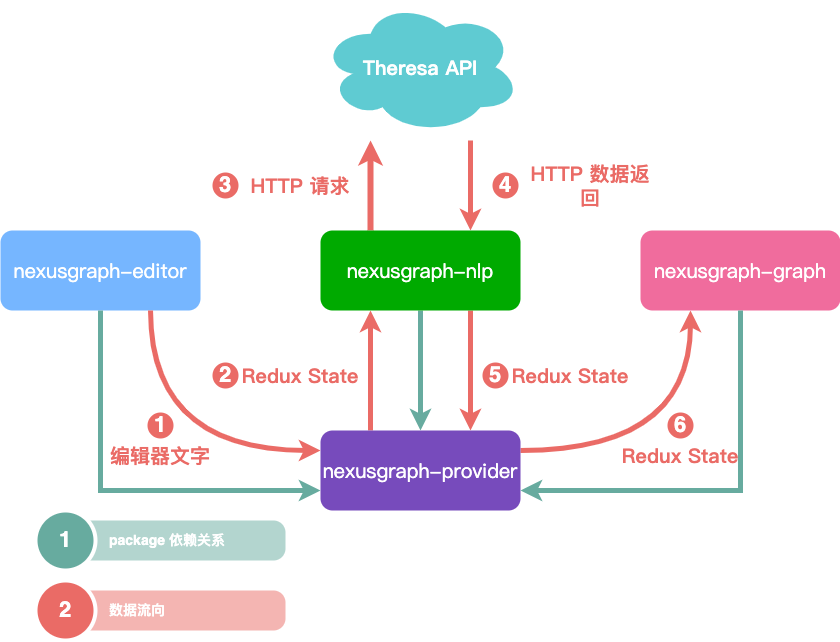
Earlier version of the draw.io export docs/docs/development/img/nexusgraph-separation-of-concerns.png (paion-data/nexusgraph). Source tidied: cells renumbered, new cells last; positions are measured from the earlier drawing's top-left corner, leaving out a move shared by most shapes.
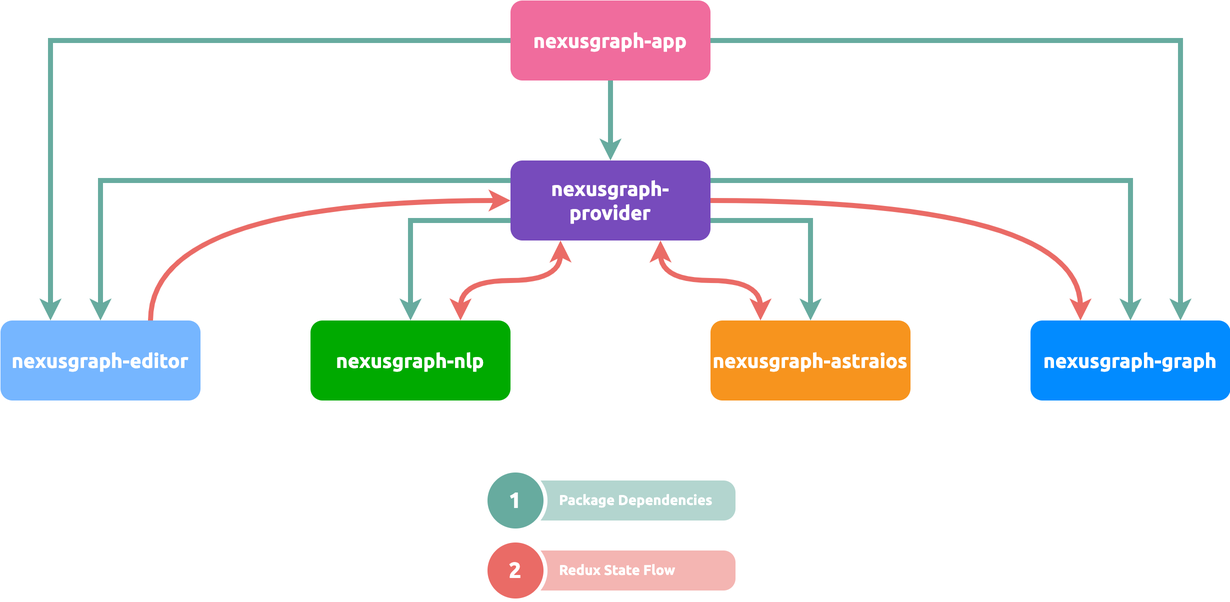
Later version of the same file.

Commit message:
Update package relationship diagram (#189)

What changed in the source:
```diff
@@ -2,99 +2,84 @@
   <root>
     <mxCell id="0" />
     <mxCell id="1" parent="0" />
-    <mxCell id="2" style="edgeStyle=orthogonalEdgeStyle;rounded=0;jettySize=auto;html=1;exitX=0.25;exitY=0;exitDx=0;exitDy=0;entryX=0.25;entryY=1;entryDx=0;entryDy=0;strokeWidth=5;strokeColor=#EA6B66;" parent="1" edge="1" source="4" target="9">
+    <mxCell id="2" style="edgeStyle=orthogonalEdgeStyle;rounded=0;jettySize=auto;html=1;exitX=0.25;exitY=1;exitDx=0;exitDy=0;entryX=0.75;entryY=0;entryDx=0;entryDy=0;strokeWidth=5;strokeColor=#EA6B66;fontStyle=1;fontFamily=Ubuntu;startArrow=classic;startFill=1;curved=1;" parent="1" edge="1" source="4" target="9">
       <mxGeometry relative="1" as="geometry" />
     </mxCell>
+    <mxCell id="4" value="nexusgraph-provider" style="rounded=1;whiteSpace=wrap;html=1;fillColor=#774BBC;strokeColor=none;fontColor=#FFFFFF;fontFamily=Ubuntu;fontSize=20;fontStyle=1;" parent="1" vertex="1">
+      <mxGeometry x="340" y="450" width="200" height="80" as="geometry" />
+    </mxCell>
+    <mxCell id="32" style="edgeStyle=orthogonalEdgeStyle;rounded=0;jettySize=auto;html=1;strokeWidth=5;strokeColor=#67AB9F;fontStyle=1;fontFamily=Ubuntu;entryX=0;entryY=0.75;entryDx=0;entryDy=0;startArrow=classic;startFill=1;endArrow=none;endFill=0;" parent="1" edge="1" source="9" target="4">
+      <mxGeometry relative="1" as="geometry" />
+    </mxCell>
+    <mxCell id="33" style="edgeStyle=orthogonalEdgeStyle;rounded=0;jettySize=auto;html=1;exitX=0.5;exitY=0;exitDx=0;exitDy=0;entryX=0;entryY=0.25;entryDx=0;entryDy=0;strokeWidth=5;strokeColor=#67AB9F;fontStyle=1;fontFamily=Ubuntu;startArrow=classic;startFill=1;endArrow=none;endFill=0;" parent="1" edge="1" source="12" target="4">
+      <mxGeometry relative="1" as="geometry">
+        <Array as="points">
+          <mxPoint x="-70" y="470" />
+        </Array>
+      </mxGeometry>
+    </mxCell>
+    <mxCell id="34" style="edgeStyle=orthogonalEdgeStyle;rounded=0;jettySize=auto;html=1;exitX=0.75;exitY=0;exitDx=0;exitDy=0;curved=1;strokeWidth=5;strokeColor=#EA6B66;fontStyle=1;fontFamily=Ubuntu;entryX=0;entryY=0.5;entryDx=0;entryDy=0;" parent="1" edge="1" source="12" target="4">
+      <mxGeometry relative="1" as="geometry">
+        <Array as="points">
+          <mxPoint x="-20" y="490" />
+        </Array>
+      </mxGeometry>
+    </mxCell>
+    <mxCell id="12" value="nexusgraph-editor" style="rounded=1;whiteSpace=wrap;html=1;fillColor=#76B6FF;strokeColor=none;fontColor=#FFFFFF;fontFamily=Ubuntu;fontSize=20;fontStyle=1;" parent="1" vertex="1">
+      <mxGeometry x="-170" y="610" width="200" height="80" as="geometry" />
+    </mxCell>
+    <mxCell id="14" value="nexusgraph-graph" style="rounded=1;whiteSpace=wrap;html=1;fillColor=#028BFF;strokeColor=none;fontColor=#FFFFFF;fontFamily=Ubuntu;fontSize=20;fontStyle=1;" parent="1" vertex="1">
+      <mxGeometry x="860" y="610" width="200" height="80" as="geometry" />
+    </mxCell>
+    <mxCell id="35" value="Package Dependencies" style="shape=rect;rounded=1;whiteSpace=wrap;html=1;shadow=0;strokeColor=none;fillColor=#67AB9F;arcSize=30;fontSize=14;spacingLeft=42;fontStyle=1;fontColor=#FFFFFF;align=left;opacity=50;fontFamily=Ubuntu;" parent="1" vertex="1">
+      <mxGeometry x="345" y="770" width="220" height="40" as="geometry" />
+    </mxCell>
+    <mxCell id="36" value="1" style="shape=ellipse;perimeter=ellipsePerimeter;fontSize=22;fontStyle=1;shadow=0;strokeColor=#ffffff;fillColor=#67AB9F;strokeWidth=4;fontColor=#ffffff;align=center;whiteSpace=wrap;html=1;fontFamily=Ubuntu;" parent="1" vertex="1">
+      <mxGeometry x="315" y="760" width="60" height="60" as="geometry" />
+    </mxCell>
+    <mxCell id="37" value="Redux State Flow" style="shape=rect;rounded=1;whiteSpace=wrap;html=1;shadow=0;strokeColor=none;fillColor=#EA6B66;arcSize=30;fontSize=14;spacingLeft=42;fontStyle=1;fontColor=#FFFFFF;align=left;opacity=50;fontFamily=Ubuntu;" parent="1" vertex="1">
+      <mxGeometry x="345" y="840" width="220" height="40" as="geometry" />
+    </mxCell>
+    <mxCell id="38" value="2" style="shape=ellipse;perimeter=ellipsePerimeter;fontSize=22;fontStyle=1;shadow=0;strokeColor=#ffffff;fillColor=#EA6B66;strokeWidth=4;fontColor=#ffffff;align=center;whiteSpace=wrap;html=1;fontFamily=Ubuntu;" parent="1" vertex="1">
+      <mxGeometry x="315" y="830" width="60" height="60" as="geometry" />
+    </mxCell>
+    <mxCell id="9" value="nexusgraph-nlp" style="rounded=1;whiteSpace=wrap;html=1;fillColor=#00AA00;strokeColor=none;fontColor=#FFFFFF;fontFamily=Ubuntu;fontSize=20;fontStyle=1;" parent="1" vertex="1">
+      <mxGeometry x="140" y="610" width="200" height="80" as="geometry" />
+    </mxCell>
+    <mxCell id="39" value="nexusgraph-astraios" style="rounded=1;whiteSpace=wrap;html=1;fillColor=#F7941E;strokeColor=none;fontColor=#FFFFFF;fontFamily=Ubuntu;fontSize=20;fontStyle=1;" parent="1" vertex="1">
+      <mxGeometry x="540" y="610" width="200" height="80" as="geometry" />
+    </mxCell>
+    <mxCell id="40" style="edgeStyle=orthogonalEdgeStyle;rounded=0;jettySize=auto;html=1;exitX=0.5;exitY=1;exitDx=0;exitDy=0;strokeWidth=5;strokeColor=#67AB9F;" parent="1" edge="1" source="43" target="4">
+      <mxGeometry relative="1" as="geometry" />
+    </mxCell>
+    <mxCell id="41" style="edgeStyle=orthogonalEdgeStyle;rounded=0;jettySize=auto;html=1;exitX=0;exitY=0.5;exitDx=0;exitDy=0;entryX=0.25;entryY=0;entryDx=0;entryDy=0;strokeColor=#67AB9F;strokeWidth=5;" parent="1" edge="1" source="43" target="12">
+      <mxGeometry relative="1" as="geometry" />
+    </mxCell>
+    <mxCell id="42" style="edgeStyle=orthogonalEdgeStyle;rounded=0;jettySize=auto;html=1;exitX=1;exitY=0.5;exitDx=0;exitDy=0;entryX=0.75;entryY=0;entryDx=0;entryDy=0;strokeColor=#67AB9F;strokeWidth=5;" parent="1" edge="1" source="43" target="14">
+      <mxGeometry relative="1" as="geometry" />
+    </mxCell>
+    <mxCell id="43" value="nexusgraph-app" style="rounded=1;whiteSpace=wrap;html=1;fillColor=#F06C9D;strokeColor=none;fontColor=#FFFFFF;fontFamily=Ubuntu;fontSize=20;fontStyle=1;" parent="1" vertex="1">
+      <mxGeometry x="340" y="290" width="200" height="80" as="geometry" />
+    </mxCell>
+    <mxCell id="44" style="edgeStyle=orthogonalEdgeStyle;rounded=0;jettySize=auto;html=1;exitX=0.75;exitY=1;exitDx=0;exitDy=0;entryX=0.25;entryY=0;entryDx=0;entryDy=0;strokeWidth=5;strokeColor=#EA6B66;fontStyle=1;fontFamily=Ubuntu;startArrow=classic;startFill=1;curved=1;" parent="1" edge="1" source="4" target="39">
+      <mxGeometry relative="1" as="geometry" />
+    </mxCell>
+    <mxCell id="45" style="edgeStyle=orthogonalEdgeStyle;rounded=0;jettySize=auto;html=1;strokeWidth=5;strokeColor=#67AB9F;fontStyle=1;fontFamily=Ubuntu;entryX=1;entryY=0.75;entryDx=0;entryDy=0;startArrow=classic;startFill=1;endArrow=none;endFill=0;" parent="1" edge="1" source="39" target="4">
+      <mxGeometry relative="1" as="geometry" />
+    </mxCell>
-    <mxCell id="3" style="edgeStyle=orthogonalEdgeStyle;rounded=0;jettySize=auto;html=1;exitX=1;exitY=0.25;exitDx=0;exitDy=0;entryX=0.25;entryY=1;entryDx=0;entryDy=0;curved=1;strokeColor=#EA6B66;strokeWidth=5;" parent="1" edge="1" source="4" target="14">
-      <mxGeometry relative="1" as="geometry" />
+    <mxCell id="3" style="edgeStyle=orthogonalEdgeStyle;rounded=0;jettySize=auto;html=1;exitX=1;exitY=0.5;exitDx=0;exitDy=0;curved=1;strokeWidth=5;strokeColor=#EA6B66;fontStyle=1;fontFamily=Ubuntu;entryX=0.25;entryY=0;entryDx=0;entryDy=0;" parent="1" edge="1" source="4" target="14">
+      <mxGeometry relative="1" as="geometry">
+        <Array as="points">
+          <mxPoint x="910" y="490" />
+        </Array>
+      </mxGeometry>
     </mxCell>
-    <mxCell id="4" value="nexusgraph-provider" style="rounded=1;whiteSpace=wrap;html=1;fillColor=#774BBC;strokeColor=none;fontColor=#FFFFFF;fontFamily=Ubuntu;fontSize=20;" parent="1" vertex="1">
-      <mxGeometry x="320" y="430" width="200" height="80" as="geometry" />
-    </mxCell>
-    <mxCell id="5" style="edgeStyle=orthogonalEdgeStyle;rounded=0;jettySize=auto;html=1;exitX=0.5;exitY=1;exitDx=0;exitDy=0;strokeWidth=5;strokeColor=#67AB9F;" parent="1" edge="1" source="9" target="4">
-      <mxGeometry relative="1" as="geometry" />
-    </mxCell>
-    <mxCell id="6" style="edgeStyle=orthogonalEdgeStyle;rounded=0;jettySize=auto;html=1;exitX=0.75;exitY=1;exitDx=0;exitDy=0;entryX=0.75;entryY=0;entryDx=0;entryDy=0;curved=1;strokeWidth=5;strokeColor=#EA6B66;" parent="1" edge="1" source="9" target="4">
-      <mxGeometry relative="1" as="geometry" />
-    </mxCell>
-    <mxCell id="7" style="edgeStyle=orthogonalEdgeStyle;rounded=0;jettySize=auto;html=1;exitX=0.25;exitY=0;exitDx=0;exitDy=0;strokeColor=#EA6B66;strokeWidth=6;" parent="1" edge="1" source="9">
-      <mxGeometry relative="1" as="geometry">
-        <mxPoint x="370" y="140" as="targetPoint" />
-      </mxGeometry>
-    </mxCell>
-    <mxCell id="8" style="edgeStyle=orthogonalEdgeStyle;rounded=0;jettySize=auto;html=1;exitX=0.75;exitY=0;exitDx=0;exitDy=0;startArrow=classic;startFill=1;endArrow=none;endFill=0;strokeWidth=5;strokeColor=#EA6B66;" parent="1" edge="1" source="9">
-      <mxGeometry relative="1" as="geometry">
-        <mxPoint x="470" y="140" as="targetPoint" />
-      </mxGeometry>
-    </mxCell>
-    <mxCell id="9" value="nexusgraph-nlp" style="rounded=1;whiteSpace=wrap;html=1;fillColor=#00AA00;strokeColor=none;fontColor=#FFFFFF;fontFamily=Ubuntu;fontSize=20;" parent="1" vertex="1">
-      <mxGeometry x="320" y="230" width="200" height="80" as="geometry" />
-    </mxCell>
-    <mxCell id="10" style="edgeStyle=orthogonalEdgeStyle;rounded=0;jettySize=auto;html=1;exitX=0.5;exitY=1;exitDx=0;exitDy=0;entryX=0;entryY=0.75;entryDx=0;entryDy=0;strokeWidth=5;strokeColor=#67AB9F;" parent="1" edge="1" source="12" target="4">
-      <mxGeometry relative="1" as="geometry" />
-    </mxCell>
-    <mxCell id="11" style="edgeStyle=orthogonalEdgeStyle;rounded=0;jettySize=auto;html=1;exitX=0.75;exitY=1;exitDx=0;exitDy=0;entryX=0;entryY=0.25;entryDx=0;entryDy=0;curved=1;strokeWidth=5;strokeColor=#EA6B66;" parent="1" edge="1" source="12" target="4">
-      <mxGeometry relative="1" as="geometry" />
-    </mxCell>
-    <mxCell id="12" value="nexusgraph-editor" style="rounded=1;whiteSpace=wrap;html=1;fillColor=#76B6FF;strokeColor=none;fontColor=#FFFFFF;fontFamily=Ubuntu;fontSize=20;" parent="1" vertex="1">
-      <mxGeometry y="230" width="200" height="80" as="geometry" />
-    </mxCell>
-    <mxCell id="13" style="edgeStyle=orthogonalEdgeStyle;rounded=0;jettySize=auto;html=1;exitX=0.5;exitY=1;exitDx=0;exitDy=0;entryX=1;entryY=0.75;entryDx=0;entryDy=0;strokeWidth=5;strokeColor=#67AB9F;" parent="1" edge="1" source="14" target="4">
-      <mxGeometry relative="1" as="geometry" />
+    <mxCell id="13" style="edgeStyle=orthogonalEdgeStyle;rounded=0;jettySize=auto;html=1;exitX=0.5;exitY=0;exitDx=0;exitDy=0;entryX=1;entryY=0.25;entryDx=0;entryDy=0;strokeWidth=5;strokeColor=#67AB9F;fontStyle=1;fontFamily=Ubuntu;startArrow=classic;startFill=1;endArrow=none;endFill=0;" parent="1" edge="1" source="14" target="4">
+      <mxGeometry relative="1" as="geometry">
+        <Array as="points">
+          <mxPoint x="960" y="470" />
+        </Array>
+      </mxGeometry>
     </mxCell>
-    <mxCell id="14" value="nexusgraph-graph" style="rounded=1;whiteSpace=wrap;html=1;fillColor=#F06C9D;strokeColor=none;fontColor=#FFFFFF;fontFamily=Ubuntu;fontSize=20;" parent="1" vertex="1">
-      <mxGeometry x="640" y="230" width="200" height="80" as="geometry" />
-    </mxCell>
-    <mxCell id="15" value="package 依赖关系" style="shape=rect;rounded=1;whiteSpace=wrap;html=1;shadow=0;strokeColor=none;fillColor=#67AB9F;arcSize=30;fontSize=14;spacingLeft=42;fontStyle=1;fontColor=#FFFFFF;align=left;opacity=50;" parent="1" vertex="1">
-      <mxGeometry x="65" y="520" width="220" height="40" as="geometry" />
-    </mxCell>
-    <mxCell id="16" value="1" style="shape=ellipse;perimeter=ellipsePerimeter;fontSize=22;fontStyle=1;shadow=0;strokeColor=#ffffff;fillColor=#67AB9F;strokeWidth=4;fontColor=#ffffff;align=center;whiteSpace=wrap;html=1;" parent="1" vertex="1">
-      <mxGeometry x="35" y="510" width="60" height="60" as="geometry" />
-    </mxCell>
-    <mxCell id="17" value="数据流向" style="shape=rect;rounded=1;whiteSpace=wrap;html=1;shadow=0;strokeColor=none;fillColor=#EA6B66;arcSize=30;fontSize=14;spacingLeft=42;fontStyle=1;fontColor=#FFFFFF;align=left;opacity=50;" parent="1" vertex="1">
-      <mxGeometry x="65" y="590" width="220" height="40" as="geometry" />
-    </mxCell>
-    <mxCell id="18" value="2" style="shape=ellipse;perimeter=ellipsePerimeter;fontSize=22;fontStyle=1;shadow=0;strokeColor=#ffffff;fillColor=#EA6B66;strokeWidth=4;fontColor=#ffffff;align=center;whiteSpace=wrap;html=1;" parent="1" vertex="1">
-      <mxGeometry x="35" y="580" width="60" height="60" as="geometry" />
-    </mxCell>
-    <mxCell id="19" value="&lt;font size=&quot;1&quot; face=&quot;Ubuntu&quot; color=&quot;#ffffff&quot;&gt;&lt;b style=&quot;font-size: 20px;&quot;&gt;Theresa API&lt;/b&gt;&lt;/font&gt;" style="ellipse;shape=cloud;whiteSpace=wrap;html=1;fillColor=#5FCBD2;strokeColor=none;" parent="1" vertex="1">
-      <mxGeometry x="320" width="200" height="133.3" as="geometry" />
-    </mxCell>
-    <mxCell id="20" value="2" style="shape=ellipse;perimeter=ellipsePerimeter;fontSize=22;fontStyle=1;shadow=0;strokeColor=#ffffff;fillColor=#EA6B66;strokeWidth=4;fontColor=#ffffff;align=center;whiteSpace=wrap;html=1;" parent="1" vertex="1">
-      <mxGeometry x="210" y="360" width="30" height="30" as="geometry" />
-    </mxCell>
-    <mxCell id="21" value="1" style="shape=ellipse;perimeter=ellipsePerimeter;fontSize=22;fontStyle=1;shadow=0;strokeColor=#ffffff;fillColor=#EA6B66;strokeWidth=4;fontColor=#ffffff;align=center;whiteSpace=wrap;html=1;" parent="1" vertex="1">
-      <mxGeometry x="145" y="410" width="30" height="30" as="geometry" />
-    </mxCell>
-    <mxCell id="22" value="3" style="shape=ellipse;perimeter=ellipsePerimeter;fontSize=22;fontStyle=1;shadow=0;strokeColor=#ffffff;fillColor=#EA6B66;strokeWidth=4;fontColor=#ffffff;align=center;whiteSpace=wrap;html=1;" parent="1" vertex="1">
-      <mxGeometry x="210" y="170" width="30" height="30" as="geometry" />
-    </mxCell>
-    <mxCell id="23" value="4" style="shape=ellipse;perimeter=ellipsePerimeter;fontSize=22;fontStyle=1;shadow=0;strokeColor=#ffffff;fillColor=#EA6B66;strokeWidth=4;fontColor=#ffffff;align=center;whiteSpace=wrap;html=1;" parent="1" vertex="1">
-      <mxGeometry x="490" y="170" width="30" height="30" as="geometry" />
-    </mxCell>
-    <mxCell id="24" value="5" style="shape=ellipse;perimeter=ellipsePerimeter;fontSize=22;fontStyle=1;shadow=0;strokeColor=#ffffff;fillColor=#EA6B66;strokeWidth=4;fontColor=#ffffff;align=center;whiteSpace=wrap;html=1;" parent="1" vertex="1">
-      <mxGeometry x="480" y="360" width="30" height="30" as="geometry" />
-    </mxCell>
-    <mxCell id="25" value="6" style="shape=ellipse;perimeter=ellipsePerimeter;fontSize=22;fontStyle=1;shadow=0;strokeColor=#ffffff;fillColor=#EA6B66;strokeWidth=4;fontColor=#ffffff;align=center;whiteSpace=wrap;html=1;" parent="1" vertex="1">
-      <mxGeometry x="665" y="410" width="30" height="30" as="geometry" />
-    </mxCell>
-    <mxCell id="26" value="&lt;font size=&quot;1&quot; color=&quot;#ea6b66&quot; face=&quot;Ubuntu&quot;&gt;&lt;b style=&quot;font-size: 20px;&quot;&gt;编辑器文字&lt;/b&gt;&lt;/font&gt;" style="text;html=1;strokeColor=none;fillColor=none;align=center;verticalAlign=middle;whiteSpace=wrap;rounded=0;" parent="1" vertex="1">
-      <mxGeometry x="100" y="440" width="120" height="30" as="geometry" />
-    </mxCell>
-    <mxCell id="27" value="&lt;font face=&quot;Ubuntu&quot; color=&quot;#ea6b66&quot;&gt;&lt;span style=&quot;font-size: 20px;&quot;&gt;&lt;b&gt;Redux State&lt;/b&gt;&lt;/span&gt;&lt;/font&gt;" style="text;html=1;strokeColor=none;fillColor=none;align=center;verticalAlign=middle;whiteSpace=wrap;rounded=0;" parent="1" vertex="1">
-      <mxGeometry x="240" y="360" width="120" height="30" as="geometry" />
-    </mxCell>
-    <mxCell id="28" value="&lt;font face=&quot;Ubuntu&quot; color=&quot;#ea6b66&quot;&gt;&lt;span style=&quot;font-size: 20px;&quot;&gt;&lt;b&gt;HTTP 请求&lt;/b&gt;&lt;/span&gt;&lt;/font&gt;" style="text;html=1;strokeColor=none;fillColor=none;align=center;verticalAlign=middle;whiteSpace=wrap;rounded=0;" parent="1" vertex="1">
-      <mxGeometry x="240" y="170" width="120" height="30" as="geometry" />
-    </mxCell>
-    <mxCell id="29" value="&lt;font face=&quot;Ubuntu&quot; color=&quot;#ea6b66&quot;&gt;&lt;span style=&quot;font-size: 20px;&quot;&gt;&lt;b&gt;HTTP 数据返回&lt;/b&gt;&lt;/span&gt;&lt;/font&gt;" style="text;html=1;strokeColor=none;fillColor=none;align=center;verticalAlign=middle;whiteSpace=wrap;rounded=0;" parent="1" vertex="1">
-      <mxGeometry x="520" y="170" width="140" height="30" as="geometry" />
-    </mxCell>
-    <mxCell id="30" value="&lt;font face=&quot;Ubuntu&quot; color=&quot;#ea6b66&quot;&gt;&lt;span style=&quot;font-size: 20px;&quot;&gt;&lt;b&gt;Redux State&lt;/b&gt;&lt;/span&gt;&lt;/font&gt;" style="text;html=1;strokeColor=none;fillColor=none;align=center;verticalAlign=middle;whiteSpace=wrap;rounded=0;" parent="1" vertex="1">
-      <mxGeometry x="510" y="360" width="120" height="30" as="geometry" />
-    </mxCell>
-    <mxCell id="31" value="&lt;font face=&quot;Ubuntu&quot; color=&quot;#ea6b66&quot;&gt;&lt;span style=&quot;font-size: 20px;&quot;&gt;&lt;b&gt;Redux State&lt;/b&gt;&lt;/span&gt;&lt;/font&gt;" style="text;html=1;strokeColor=none;fillColor=none;align=center;verticalAlign=middle;whiteSpace=wrap;rounded=0;" parent="1" vertex="1">
-      <mxGeometry x="620" y="440" width="120" height="30" as="geometry" />
-    </mxCell>
   </root>
 </mxGraphModel>
```
